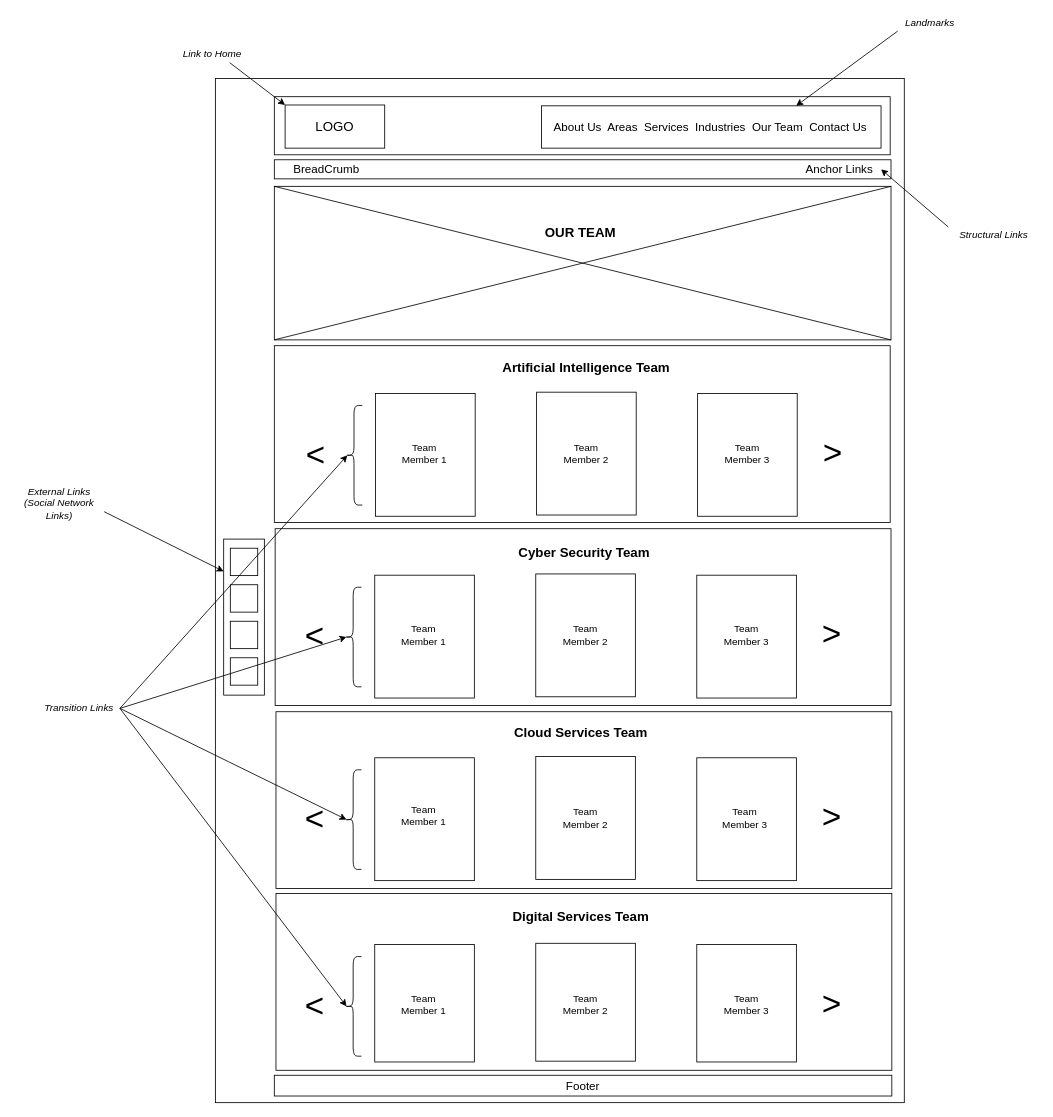
Earlier version of the draw.io diagram Design Documents/Frameworks/Teams.drawio (manzomanze/HypermediaApplicationsProject-Manzella-Messuti-Pelagatti-Pellizzer). Source tidied: cells renumbered, new cells numbered last; positions are measured from the earlier drawing's top-left corner, leaving out a move shared by most shapes. Both pictures are drawn from the tidied source at 83%, with x=0, y=0 at pixel (14, 14).
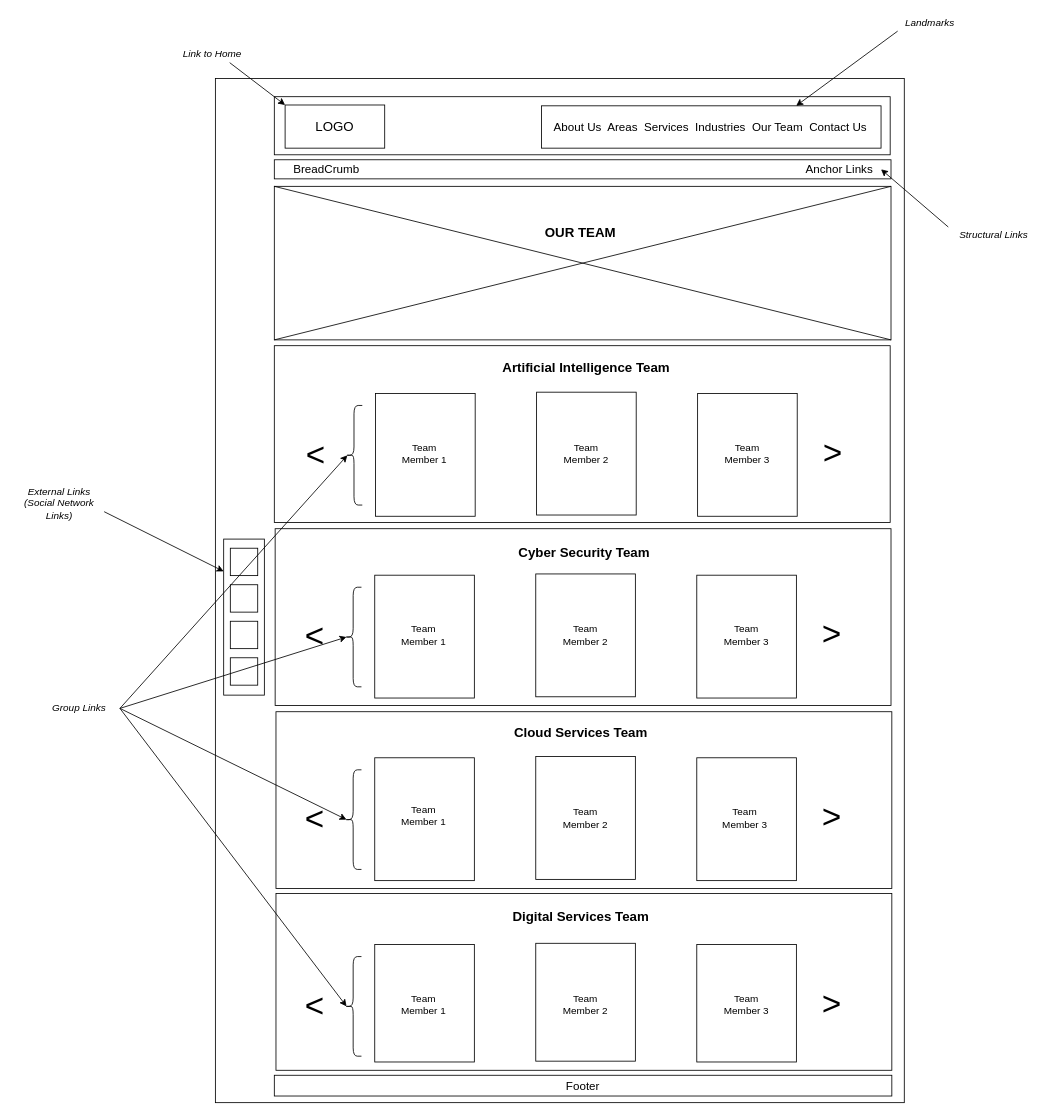
The same page after the edit.

Diff of the diagram source:
```diff
@@
-    <mxCell id="33" value="&lt;i&gt;Transition Links&lt;/i&gt;" style="text;html=1;strokeColor=none;fillColor=none;align=center;verticalAlign=middle;whiteSpace=wrap;rounded=0;" parent="1" vertex="1">
+    <mxCell id="33" value="&lt;i&gt;Group Links&lt;/i&gt;" style="text;html=1;strokeColor=none;fillColor=none;align=center;verticalAlign=middle;whiteSpace=wrap;rounded=0;" parent="1" vertex="1">
       <mxGeometry x="29" y="826" width="98" height="20" as="geometry" />
     </mxCell>
```
